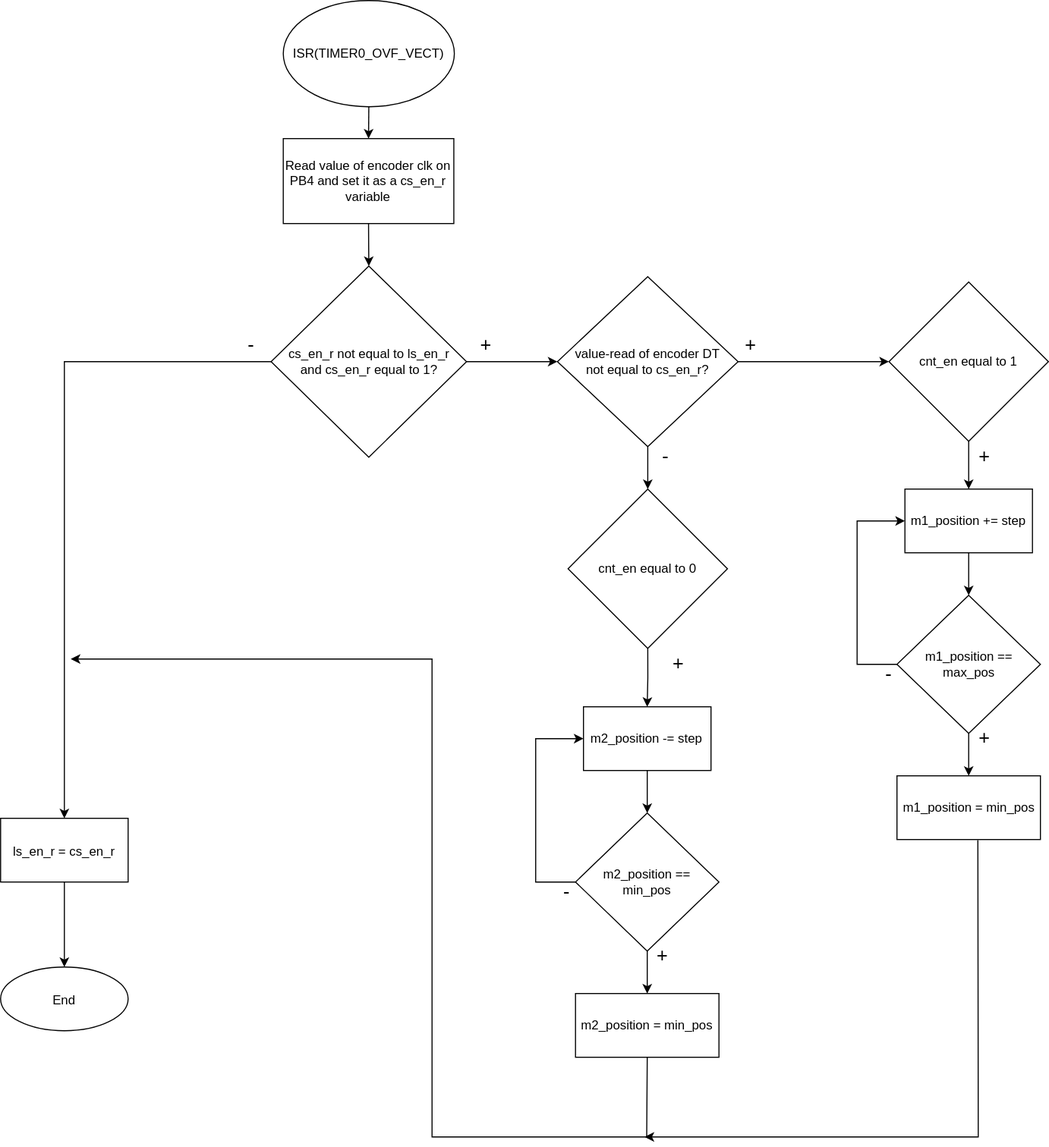
OndraFoltyn/digital-electronics-2 keeps this draw.io diagram as projects/project2/rotating_servos.drawio.svg. Above is the earlier version. Source tidied: cells renumbered, new cells last; positions are measured from the earlier drawing's top-left corner, leaving out a move shared by most shapes.
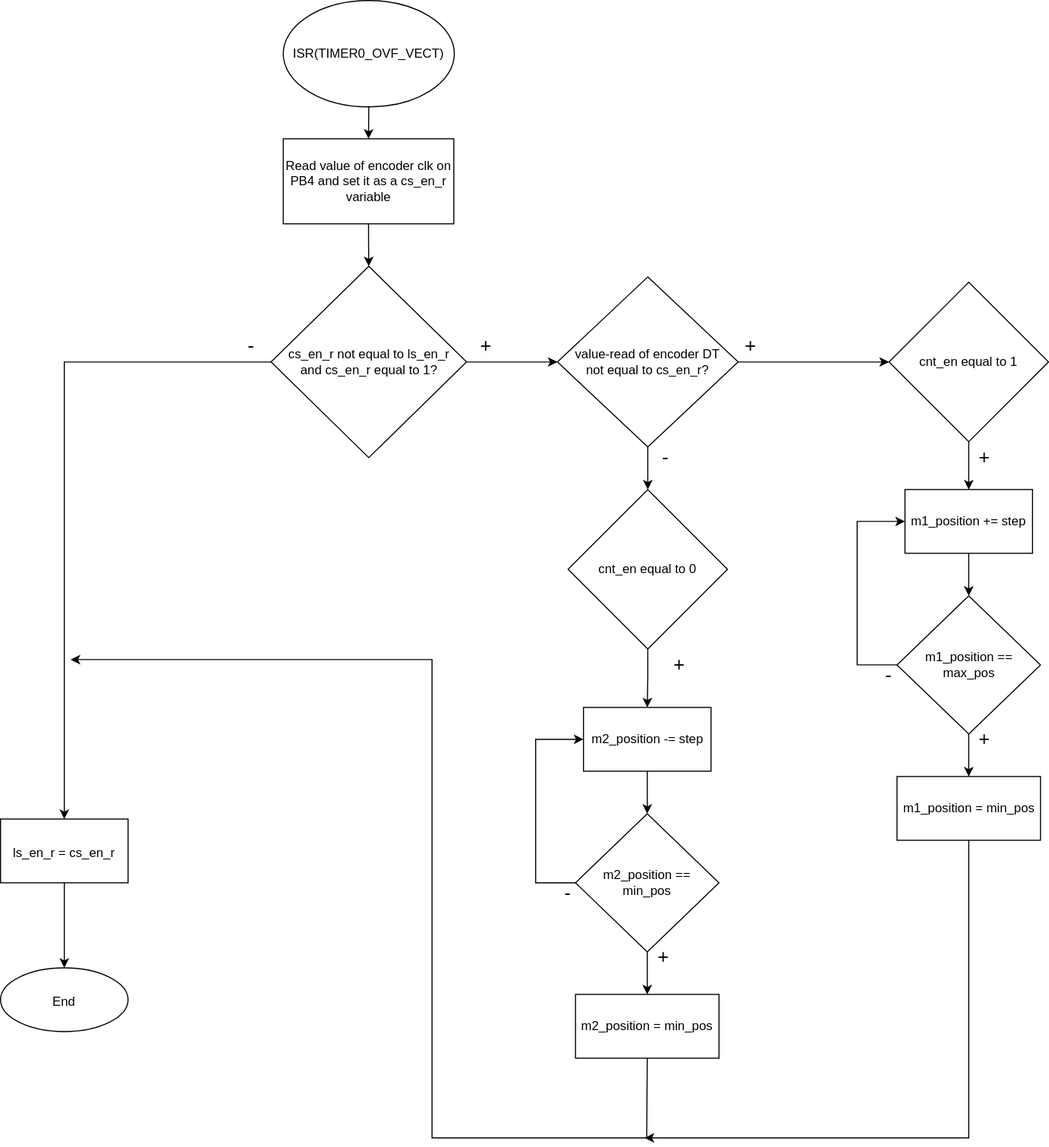
The same file after the commit.

Change to the diagram source:
```diff
@@ -148,11 +148,11 @@
         </Array>
       </mxGeometry>
     </mxCell>
-    <mxCell id="44" style="endArrow=classic;html=1;rounded=0;exitX=0.564;exitY=1.009;exitDx=0;exitDy=0;exitPerimeter=0;" parent="1" edge="1" source="28">
+    <mxCell id="44" style="endArrow=classic;html=1;rounded=0;exitX=0.5;exitY=1;exitDx=0;exitDy=0;" parent="1" edge="1" source="28">
       <mxGeometry relative="1" as="geometry">
         <mxPoint x="606" y="1070" as="targetPoint" />
         <Array as="points">
-          <mxPoint x="920" y="1070" />
+          <mxPoint x="911" y="1070" />
         </Array>
       </mxGeometry>
     </mxCell>
```
